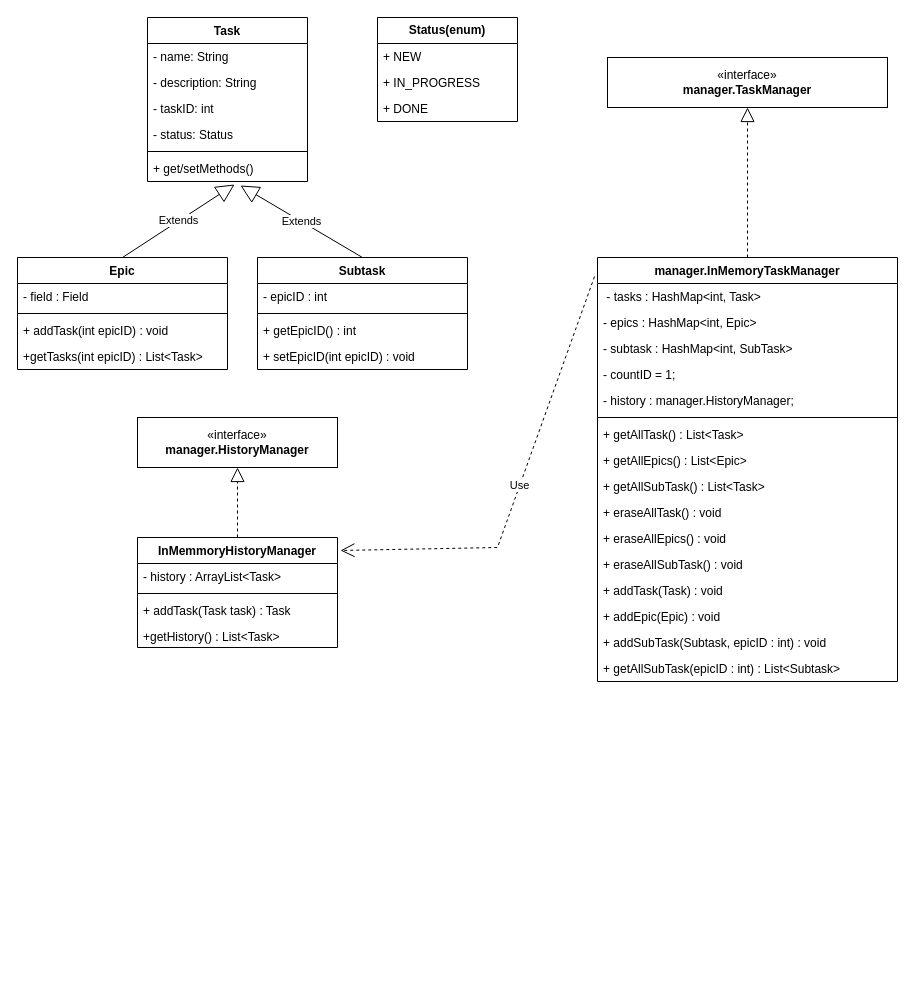
Clim-Chugunkin/java-kanban keeps this draw.io diagram as page "UML" (1 of 2) of UML.drawio. Above is the earlier version. Source tidied: cells renumbered, new cells numbered last; positions are measured from the earlier drawing's top-left corner, leaving out a move shared by most shapes. Both pictures are drawn from the tidied source at 100%, with x=0, y=0 at pixel (17, 17).
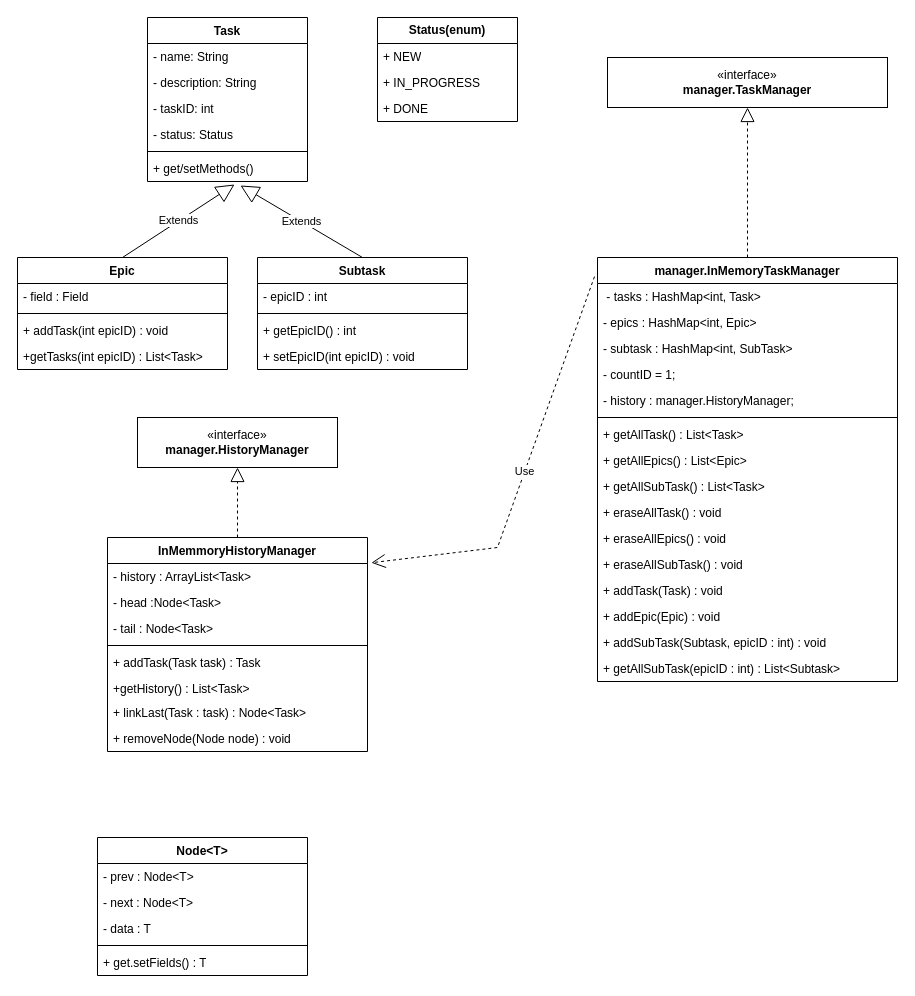
Above is the later version.

Commit message (it also covers changes not shown here):
изменить UML

What changed in the source:
```diff
@@
     <mxCell id="45" value="InMemmoryHistoryManager" style="swimlane;fontStyle=1;align=center;verticalAlign=top;horizontal=1;startSize=26;whiteSpace=wrap;html=1;" parent="1" vertex="1">
-      <mxGeometry x="120" y="520" width="200" height="110" as="geometry" />
+      <mxGeometry x="90" y="520" width="260" height="214" as="geometry" />
     </mxCell>
     <mxCell id="46" value="- history : ArrayList&amp;lt;Task&amp;gt;" style="text;strokeColor=none;fillColor=none;align=left;verticalAlign=top;spacingLeft=4;spacingRight=4;overflow=hidden;whiteSpace=wrap;html=1;" parent="45" vertex="1">
-      <mxGeometry y="26" width="200" height="26" as="geometry" />
+      <mxGeometry y="26" width="260" height="26" as="geometry" />
     </mxCell>
+    <mxCell id="52" value="- head :Node&amp;lt;Task&amp;gt;" style="text;strokeColor=none;fillColor=none;align=left;verticalAlign=top;spacingLeft=4;spacingRight=4;overflow=hidden;whiteSpace=wrap;html=1;" parent="45" vertex="1">
+      <mxGeometry y="52" width="260" height="26" as="geometry" />
+    </mxCell>
+    <mxCell id="53" value="- tail : Node&amp;lt;Task&amp;gt;" style="text;strokeColor=none;fillColor=none;align=left;verticalAlign=top;spacingLeft=4;spacingRight=4;overflow=hidden;whiteSpace=wrap;html=1;" parent="45" vertex="1">
+      <mxGeometry y="78" width="260" height="26" as="geometry" />
+    </mxCell>
     <mxCell id="47" style="line;strokeWidth=1;fillColor=none;align=left;verticalAlign=middle;spacingTop=-1;spacingLeft=3;spacingRight=3;labelPosition=right;strokeColor=inherit;" parent="45" vertex="1">
-      <mxGeometry y="52" width="200" height="8" as="geometry" />
+      <mxGeometry y="104" width="260" height="8" as="geometry" />
     </mxCell>
     <mxCell id="48" value="+ addTask(Task task) : Task" style="text;strokeColor=none;fillColor=none;align=left;verticalAlign=top;spacingLeft=4;spacingRight=4;overflow=hidden;whiteSpace=wrap;html=1;" parent="45" vertex="1">
-      <mxGeometry y="60" width="200" height="26" as="geometry" />
+      <mxGeometry y="112" width="260" height="26" as="geometry" />
     </mxCell>
     <mxCell id="49" value="+getHistory() : List&amp;lt;Task&amp;gt;" style="text;strokeColor=none;fillColor=none;align=left;verticalAlign=top;spacingLeft=4;spacingRight=4;overflow=hidden;whiteSpace=wrap;html=1;" parent="45" vertex="1">
-      <mxGeometry y="86" width="200" height="24" as="geometry" />
+      <mxGeometry y="138" width="260" height="24" as="geometry" />
     </mxCell>
+    <mxCell id="54" value="+ linkLast(Task : task) : Node&amp;lt;Task&amp;gt;" style="text;strokeColor=none;fillColor=none;align=left;verticalAlign=top;spacingLeft=4;spacingRight=4;overflow=hidden;whiteSpace=wrap;html=1;" parent="45" vertex="1">
+      <mxGeometry y="162" width="260" height="26" as="geometry" />
+    </mxCell>
+    <mxCell id="55" value="+ removeNode(Node node) : void" style="text;strokeColor=none;fillColor=none;align=left;verticalAlign=top;spacingLeft=4;spacingRight=4;overflow=hidden;whiteSpace=wrap;html=1;" parent="45" vertex="1">
+      <mxGeometry y="188" width="260" height="26" as="geometry" />
+    </mxCell>
@@
+    <mxCell id="56" value="Node&amp;lt;T&amp;gt;" style="swimlane;fontStyle=1;align=center;verticalAlign=top;horizontal=1;startSize=26;whiteSpace=wrap;html=1;" parent="1" vertex="1">
+      <mxGeometry x="80" y="820" width="210" height="138" as="geometry" />
+    </mxCell>
+    <mxCell id="57" value="- prev : Node&amp;lt;T&amp;gt;" style="text;strokeColor=none;fillColor=none;align=left;verticalAlign=top;spacingLeft=4;spacingRight=4;overflow=hidden;whiteSpace=wrap;html=1;" parent="56" vertex="1">
+      <mxGeometry y="26" width="210" height="26" as="geometry" />
+    </mxCell>
+    <mxCell id="58" value="- next : Node&amp;lt;T&amp;gt;" style="text;strokeColor=none;fillColor=none;align=left;verticalAlign=top;spacingLeft=4;spacingRight=4;overflow=hidden;whiteSpace=wrap;html=1;" parent="56" vertex="1">
+      <mxGeometry y="52" width="210" height="26" as="geometry" />
+    </mxCell>
+    <mxCell id="59" value="- data : T" style="text;strokeColor=none;fillColor=none;align=left;verticalAlign=top;spacingLeft=4;spacingRight=4;overflow=hidden;whiteSpace=wrap;html=1;" parent="56" vertex="1">
+      <mxGeometry y="78" width="210" height="26" as="geometry" />
+    </mxCell>
+    <mxCell id="60" style="line;strokeWidth=1;fillColor=none;align=left;verticalAlign=middle;spacingTop=-1;spacingLeft=3;spacingRight=3;labelPosition=right;strokeColor=inherit;" parent="56" vertex="1">
+      <mxGeometry y="104" width="210" height="8" as="geometry" />
+    </mxCell>
+    <mxCell id="61" value="+ get.setFields() : T" style="text;strokeColor=none;fillColor=none;align=left;verticalAlign=top;spacingLeft=4;spacingRight=4;overflow=hidden;whiteSpace=wrap;html=1;" parent="56" vertex="1">
+      <mxGeometry y="112" width="210" height="26" as="geometry" />
+    </mxCell>
```
